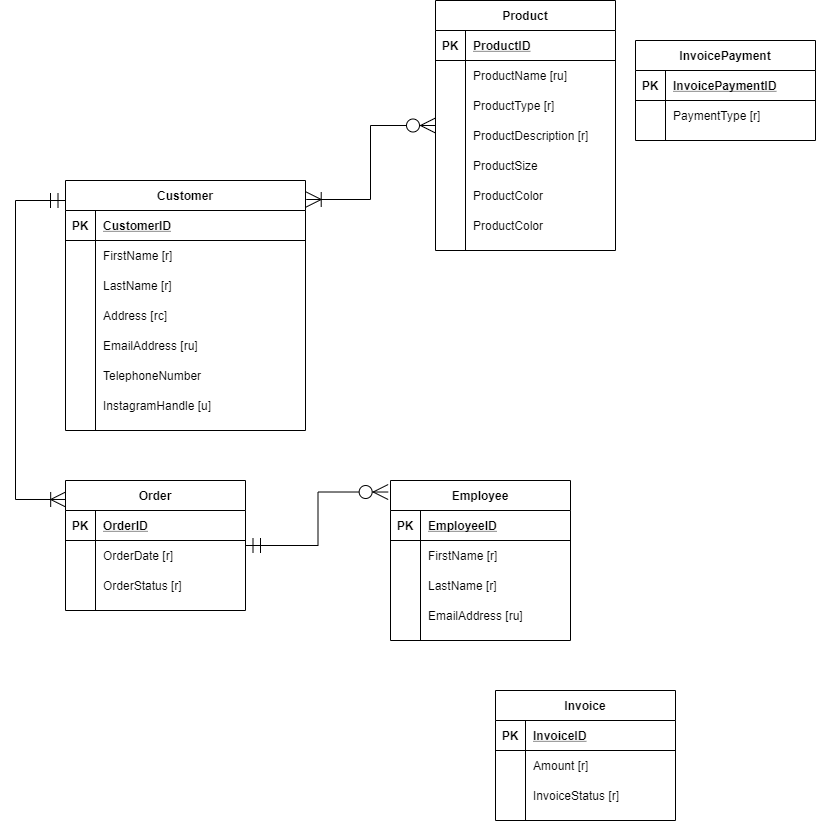
Earlier version of the draw.io export Project/Project Conceptual Model.png (trisxcj1/SyracuseUniversity_IST659). Source tidied: cells renumbered, new cells last; positions are measured from the earlier drawing's top-left corner, leaving out a move shared by most shapes.
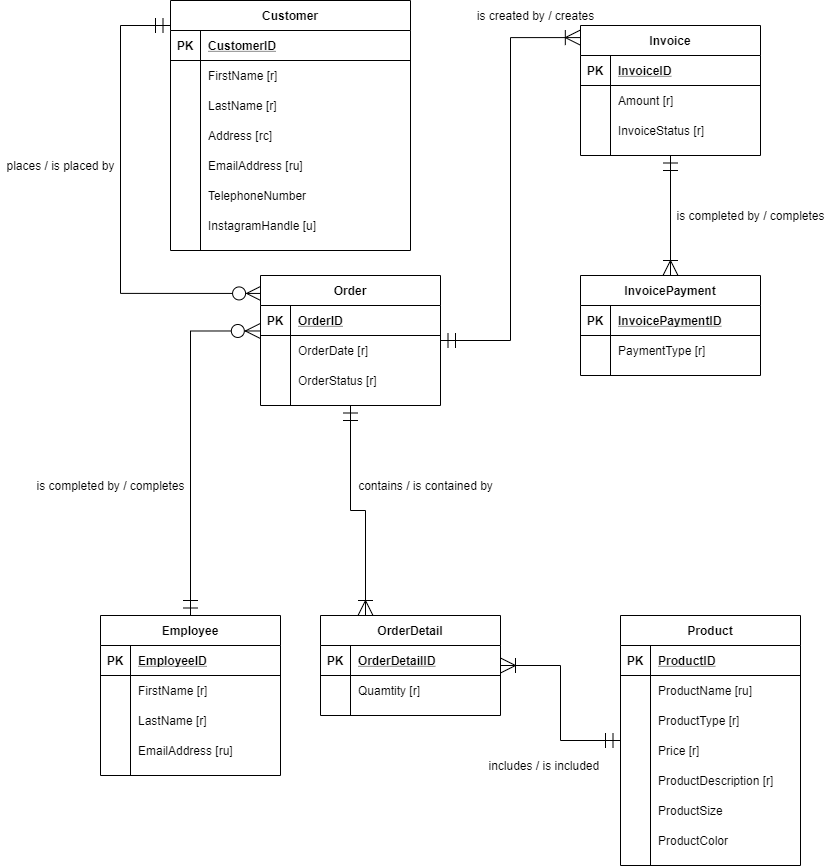
After the commit.

The edit, as a diff of the source:
```diff
@@ -2,16 +2,16 @@
   <root>
     <mxCell id="0" />
     <mxCell id="1" parent="0" />
-    <mxCell id="2" style="edgeStyle=orthogonalEdgeStyle;rounded=0;jettySize=auto;html=1;entryX=0.001;entryY=0.146;entryDx=0;entryDy=0;entryPerimeter=0;startArrow=ERmandOne;startFill=0;startSize=13;endArrow=ERoneToMany;endFill=0;endSize=13;exitX=0;exitY=0.08;exitDx=0;exitDy=0;exitPerimeter=0;" parent="1" edge="1" source="3" target="72">
+    <mxCell id="2" style="edgeStyle=orthogonalEdgeStyle;rounded=0;jettySize=auto;html=1;startArrow=ERmandOne;startFill=0;startSize=13;endArrow=ERzeroToMany;endFill=1;endSize=13;exitX=0;exitY=0.1;exitDx=0;exitDy=0;exitPerimeter=0;entryX=0.006;entryY=0.138;entryDx=0;entryDy=0;entryPerimeter=0;" parent="1" edge="1" source="3" target="72">
       <mxGeometry relative="1" as="geometry">
         <Array as="points">
-          <mxPoint y="200" />
-          <mxPoint y="499" />
+          <mxPoint x="70" y="40" />
+          <mxPoint x="70" y="308" />
         </Array>
       </mxGeometry>
     </mxCell>
     <mxCell id="3" value="Customer" style="shape=table;startSize=30;rowLines=0;fontStyle=1;align=center;" parent="1" vertex="1">
-      <mxGeometry x="50" y="180" width="240" height="250" as="geometry" />
+      <mxGeometry x="120" y="15" width="240" height="250" as="geometry" />
     </mxCell>
     <mxCell id="4" style="shape=partialRectangle;fillColor=none;top=0;left=0;bottom=1;right=0;" parent="3" vertex="1">
       <mxGeometry y="30" width="240" height="30" as="geometry" />
@@ -76,11 +76,8 @@
     <mxCell id="24" value="InstagramHandle [u]" style="shape=partialRectangle;fillColor=none;top=0;left=0;bottom=0;right=0;align=left;spacingLeft=6;overflow=hidden;" parent="22" vertex="1">
       <mxGeometry x="30" width="210" height="30" as="geometry" />
     </mxCell>
-    <mxCell id="25" style="edgeStyle=orthogonalEdgeStyle;rounded=0;jettySize=auto;html=1;entryX=1.003;entryY=0.076;entryDx=0;entryDy=0;entryPerimeter=0;startArrow=ERzeroToMany;startFill=1;endSize=13;startSize=13;endArrow=ERoneToMany;endFill=0;" parent="1" edge="1" source="26" target="3">
-      <mxGeometry relative="1" as="geometry" />
-    </mxCell>
     <mxCell id="26" value="Product" style="shape=table;startSize=30;rowLines=0;fontStyle=1;align=center;" parent="1" vertex="1">
-      <mxGeometry x="420" width="180" height="250" as="geometry" />
+      <mxGeometry x="570" y="630" width="180" height="250" as="geometry" />
     </mxCell>
     <mxCell id="27" style="shape=partialRectangle;fillColor=none;top=0;left=0;bottom=1;right=0;" parent="26" vertex="1">
       <mxGeometry y="30" width="180" height="30" as="geometry" />
@@ -109,8 +106,17 @@
     <mxCell id="35" value="ProductType [r]" style="shape=partialRectangle;fillColor=none;top=0;left=0;bottom=0;right=0;align=left;spacingLeft=6;overflow=hidden;" parent="33" vertex="1">
       <mxGeometry x="30" width="150" height="30" as="geometry" />
     </mxCell>
+    <mxCell id="89" style="shape=partialRectangle;fillColor=none;top=0;left=0;bottom=0;right=0;" parent="26" vertex="1">
+      <mxGeometry y="120" width="180" height="30" as="geometry" />
+    </mxCell>
+    <mxCell id="90" style="shape=partialRectangle;fillColor=none;top=0;left=0;bottom=0;right=0;overflow=hidden;" parent="89" vertex="1">
+      <mxGeometry width="30" height="30" as="geometry" />
+    </mxCell>
+    <mxCell id="91" value="Price [r]" style="shape=partialRectangle;fillColor=none;top=0;left=0;bottom=0;right=0;align=left;spacingLeft=6;overflow=hidden;" parent="89" vertex="1">
+      <mxGeometry x="30" width="150" height="30" as="geometry" />
+    </mxCell>
     <mxCell id="36" style="shape=partialRectangle;fillColor=none;top=0;left=0;bottom=0;right=0;" parent="26" vertex="1">
-      <mxGeometry y="120" width="180" height="30" as="geometry" />
+      <mxGeometry y="150" width="180" height="30" as="geometry" />
     </mxCell>
     <mxCell id="37" style="shape=partialRectangle;fillColor=none;top=0;left=0;bottom=0;right=0;overflow=hidden;" parent="36" vertex="1">
       <mxGeometry width="30" height="30" as="geometry" />
@@ -119,7 +125,7 @@
       <mxGeometry x="30" width="150" height="30" as="geometry" />
     </mxCell>
     <mxCell id="39" style="shape=partialRectangle;fillColor=none;top=0;left=0;bottom=0;right=0;" parent="26" vertex="1">
-      <mxGeometry y="150" width="180" height="30" as="geometry" />
+      <mxGeometry y="180" width="180" height="30" as="geometry" />
     </mxCell>
     <mxCell id="40" style="shape=partialRectangle;fillColor=none;top=0;left=0;bottom=0;right=0;overflow=hidden;" parent="39" vertex="1">
       <mxGeometry width="30" height="30" as="geometry" />
@@ -128,7 +134,7 @@
       <mxGeometry x="30" width="150" height="30" as="geometry" />
     </mxCell>
     <mxCell id="42" style="shape=partialRectangle;fillColor=none;top=0;left=0;bottom=0;right=0;" parent="26" vertex="1">
-      <mxGeometry y="180" width="180" height="30" as="geometry" />
+      <mxGeometry y="210" width="180" height="30" as="geometry" />
     </mxCell>
     <mxCell id="43" style="shape=partialRectangle;fillColor=none;top=0;left=0;bottom=0;right=0;overflow=hidden;" parent="42" vertex="1">
       <mxGeometry width="30" height="30" as="geometry" />
@@ -136,17 +142,8 @@
     <mxCell id="44" value="ProductColor " style="shape=partialRectangle;fillColor=none;top=0;left=0;bottom=0;right=0;align=left;spacingLeft=6;overflow=hidden;" parent="42" vertex="1">
       <mxGeometry x="30" width="150" height="30" as="geometry" />
     </mxCell>
-    <mxCell id="45" style="shape=partialRectangle;fillColor=none;top=0;left=0;bottom=0;right=0;" parent="26" vertex="1">
-      <mxGeometry y="210" width="180" height="30" as="geometry" />
-    </mxCell>
-    <mxCell id="46" style="shape=partialRectangle;fillColor=none;top=0;left=0;bottom=0;right=0;overflow=hidden;" parent="45" vertex="1">
-      <mxGeometry width="30" height="30" as="geometry" />
-    </mxCell>
-    <mxCell id="47" value="ProductColor " style="shape=partialRectangle;fillColor=none;top=0;left=0;bottom=0;right=0;align=left;spacingLeft=6;overflow=hidden;" parent="45" vertex="1">
-      <mxGeometry x="30" width="150" height="30" as="geometry" />
-    </mxCell>
     <mxCell id="48" value="Employee" style="shape=table;startSize=30;rowLines=0;fontStyle=1;align=center;" parent="1" vertex="1">
-      <mxGeometry x="375" y="480" width="180" height="160" as="geometry" />
+      <mxGeometry x="50" y="630" width="180" height="160" as="geometry" />
     </mxCell>
     <mxCell id="49" style="shape=partialRectangle;fillColor=none;top=0;left=0;bottom=1;right=0;" parent="48" vertex="1">
       <mxGeometry y="30" width="180" height="30" as="geometry" />
@@ -185,7 +182,7 @@
       <mxGeometry x="30" width="150" height="30" as="geometry" />
     </mxCell>
     <mxCell id="61" value="Invoice" style="shape=table;startSize=30;rowLines=0;fontStyle=1;align=center;" parent="1" vertex="1">
-      <mxGeometry x="480" y="690" width="180" height="130" as="geometry" />
+      <mxGeometry x="530" y="40" width="180" height="130" as="geometry" />
     </mxCell>
     <mxCell id="62" style="shape=partialRectangle;fillColor=none;top=0;left=0;bottom=1;right=0;" parent="61" vertex="1">
       <mxGeometry y="30" width="180" height="30" as="geometry" />
@@ -214,11 +211,21 @@
     <mxCell id="70" value="InvoiceStatus [r]" style="shape=partialRectangle;fillColor=none;top=0;left=0;bottom=0;right=0;align=left;spacingLeft=6;overflow=hidden;" parent="68" vertex="1">
       <mxGeometry x="30" width="150" height="30" as="geometry" />
     </mxCell>
-    <mxCell id="71" style="edgeStyle=orthogonalEdgeStyle;rounded=0;jettySize=auto;html=1;entryX=-0.013;entryY=0.072;entryDx=0;entryDy=0;entryPerimeter=0;startArrow=ERmandOne;startFill=0;startSize=13;endArrow=ERzeroToMany;endFill=1;endSize=13;" parent="1" edge="1" source="72" target="48">
-      <mxGeometry relative="1" as="geometry" />
-    </mxCell>
+    <mxCell id="92" style="edgeStyle=orthogonalEdgeStyle;rounded=0;jettySize=auto;html=1;startArrow=ERzeroToMany;startFill=1;startSize=13;endArrow=ERmandOne;endFill=0;endSize=13;exitX=-0.001;exitY=0.849;exitDx=0;exitDy=0;exitPerimeter=0;" parent="1" edge="1" source="73" target="48">
+      <mxGeometry relative="1" as="geometry">
+        <Array as="points">
+          <mxPoint x="140" y="346" />
+        </Array>
+      </mxGeometry>
+    </mxCell>
+    <mxCell id="93" style="edgeStyle=orthogonalEdgeStyle;rounded=0;jettySize=auto;html=1;entryX=0.25;entryY=0;entryDx=0;entryDy=0;startArrow=ERmandOne;startFill=0;startSize=13;endArrow=ERoneToMany;endFill=0;endSize=13;" parent="1" edge="1" source="72" target="97">
+      <mxGeometry relative="1" as="geometry" />
+    </mxCell>
+    <mxCell id="94" style="edgeStyle=orthogonalEdgeStyle;rounded=0;jettySize=auto;html=1;entryX=-0.001;entryY=0.093;entryDx=0;entryDy=0;entryPerimeter=0;startArrow=ERmandOne;startFill=0;startSize=13;endArrow=ERoneToMany;endFill=0;endSize=13;" parent="1" edge="1" source="72" target="61">
+      <mxGeometry relative="1" as="geometry" />
+    </mxCell>
     <mxCell id="72" value="Order" style="shape=table;startSize=30;rowLines=0;fontStyle=1;align=center;" parent="1" vertex="1">
-      <mxGeometry x="50" y="480" width="180" height="130" as="geometry" />
+      <mxGeometry x="210" y="290" width="180" height="130" as="geometry" />
     </mxCell>
     <mxCell id="73" style="shape=partialRectangle;fillColor=none;top=0;left=0;bottom=1;right=0;points=[[0,0.5],[1,0.5]];portConstraint=eastwest;" parent="72" vertex="1">
       <mxGeometry y="30" width="180" height="30" as="geometry" />
@@ -247,8 +254,11 @@
     <mxCell id="81" value="OrderStatus [r]" style="shape=partialRectangle;fillColor=none;top=0;left=0;bottom=0;right=0;align=left;spacingLeft=6;overflow=hidden;" parent="79" vertex="1">
       <mxGeometry x="30" width="150" height="30" as="geometry" />
     </mxCell>
+    <mxCell id="95" style="edgeStyle=orthogonalEdgeStyle;rounded=0;jettySize=auto;html=1;startArrow=ERoneToMany;startFill=0;startSize=13;endArrow=ERmandOne;endFill=0;endSize=13;" parent="1" edge="1" source="82" target="61">
+      <mxGeometry relative="1" as="geometry" />
+    </mxCell>
     <mxCell id="82" value="InvoicePayment" style="shape=table;startSize=30;rowLines=0;fontStyle=1;align=center;" parent="1" vertex="1">
-      <mxGeometry x="620" y="40" width="180" height="100" as="geometry" />
+      <mxGeometry x="530" y="290" width="180" height="100" as="geometry" />
     </mxCell>
     <mxCell id="83" style="shape=partialRectangle;fillColor=none;top=0;left=0;bottom=1;right=0;" parent="82" vertex="1">
       <mxGeometry y="30" width="180" height="30" as="geometry" />
@@ -268,5 +278,47 @@
     <mxCell id="88" value="PaymentType [r]" style="shape=partialRectangle;fillColor=none;top=0;left=0;bottom=0;right=0;align=left;spacingLeft=6;overflow=hidden;" parent="86" vertex="1">
       <mxGeometry x="30" width="150" height="30" as="geometry" />
     </mxCell>
+    <mxCell id="96" style="edgeStyle=orthogonalEdgeStyle;rounded=0;jettySize=auto;html=1;startArrow=ERoneToMany;startFill=0;startSize=13;endArrow=ERmandOne;endFill=0;endSize=13;" parent="1" edge="1" source="97" target="26">
+      <mxGeometry relative="1" as="geometry" />
+    </mxCell>
+    <mxCell id="97" value="OrderDetail" style="shape=table;startSize=30;rowLines=0;fontStyle=1;align=center;" parent="1" vertex="1">
+      <mxGeometry x="270" y="630" width="180" height="100" as="geometry" />
+    </mxCell>
+    <mxCell id="98" style="shape=partialRectangle;fillColor=none;top=0;left=0;bottom=1;right=0;" parent="97" vertex="1">
+      <mxGeometry y="30" width="180" height="30" as="geometry" />
+    </mxCell>
+    <mxCell id="99" value="PK" style="shape=partialRectangle;fillColor=none;top=0;left=0;bottom=0;right=0;fontStyle=1;overflow=hidden;" parent="98" vertex="1">
+      <mxGeometry width="30" height="30" as="geometry" />
+    </mxCell>
+    <mxCell id="100" value="OrderDetailID" style="shape=partialRectangle;fillColor=none;top=0;left=0;bottom=0;right=0;align=left;spacingLeft=6;fontStyle=5;overflow=hidden;" parent="98" vertex="1">
+      <mxGeometry x="30" width="150" height="30" as="geometry" />
+    </mxCell>
+    <mxCell id="101" style="shape=partialRectangle;fillColor=none;top=0;left=0;bottom=0;right=0;" parent="97" vertex="1">
+      <mxGeometry y="60" width="180" height="30" as="geometry" />
+    </mxCell>
+    <mxCell id="102" style="shape=partialRectangle;fillColor=none;top=0;left=0;bottom=0;right=0;overflow=hidden;" parent="101" vertex="1">
+      <mxGeometry width="30" height="30" as="geometry" />
+    </mxCell>
+    <mxCell id="103" value="Quamtity [r]" style="shape=partialRectangle;fillColor=none;top=0;left=0;bottom=0;right=0;align=left;spacingLeft=6;overflow=hidden;" parent="101" vertex="1">
+      <mxGeometry x="30" width="150" height="30" as="geometry" />
+    </mxCell>
+    <mxCell id="104" value="places / is placed by" style="text;html=1;align=center;verticalAlign=middle;" parent="1" vertex="1">
+      <mxGeometry x="-50" y="170" width="120" height="20" as="geometry" />
+    </mxCell>
+    <mxCell id="105" value="is completed by / completes" style="text;html=1;align=center;verticalAlign=middle;" parent="1" vertex="1">
+      <mxGeometry x="-20" y="490" width="160" height="20" as="geometry" />
+    </mxCell>
+    <mxCell id="106" value="contains / is contained by" style="text;html=1;align=center;verticalAlign=middle;" parent="1" vertex="1">
+      <mxGeometry x="300" y="490" width="150" height="20" as="geometry" />
+    </mxCell>
+    <mxCell id="107" value="includes / is included&amp;nbsp;" style="text;html=1;align=center;verticalAlign=middle;" parent="1" vertex="1">
+      <mxGeometry x="430" y="770" width="130" height="20" as="geometry" />
+    </mxCell>
+    <mxCell id="108" value="is created by / creates" style="text;html=1;align=center;verticalAlign=middle;" parent="1" vertex="1">
+      <mxGeometry x="420" y="20" width="130" height="20" as="geometry" />
+    </mxCell>
+    <mxCell id="109" value="is completed by / completes" style="text;html=1;align=center;verticalAlign=middle;" parent="1" vertex="1">
+      <mxGeometry x="620" y="220" width="160" height="20" as="geometry" />
+    </mxCell>
   </root>
 </mxGraphModel>
```
